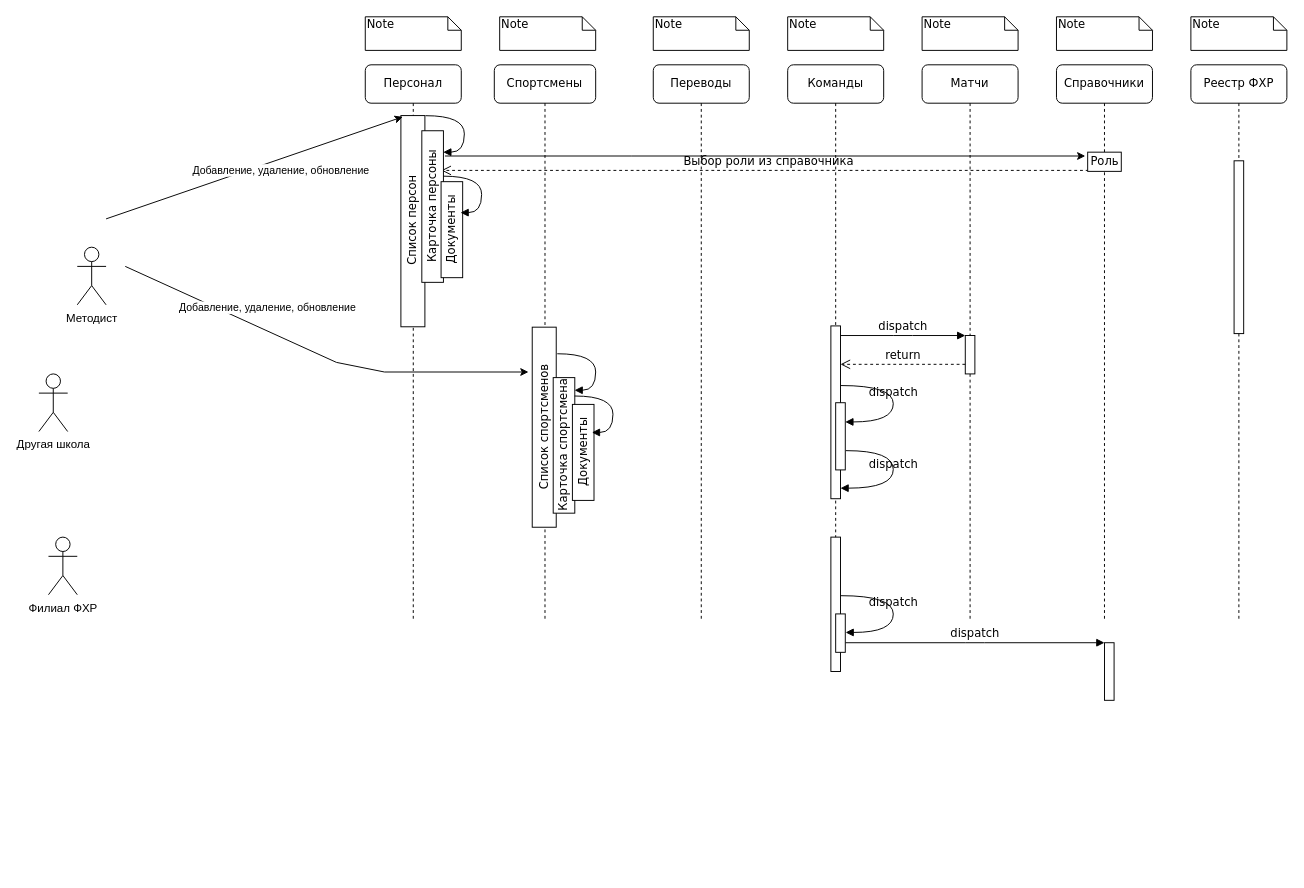
Earlier version of the draw.io diagram Диаграмма без названия.drawio (OlgaTalipova/FHRT). Source tidied: cells renumbered, new cells numbered last; positions are measured from the earlier drawing's top-left corner, leaving out a move shared by most shapes. Both pictures are drawn from the tidied source at 96%, with x=0, y=0 at pixel (38, 16).
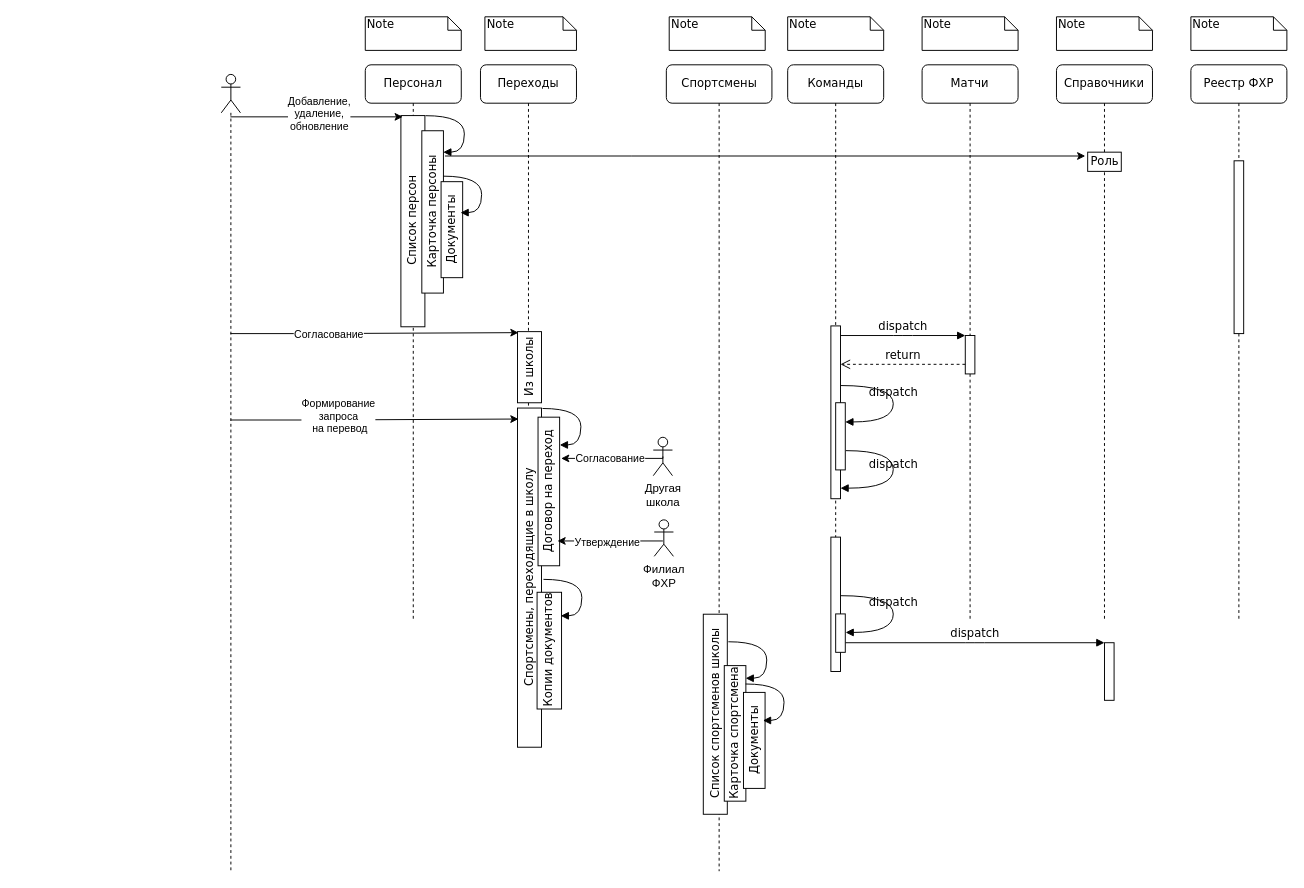
The same page after the edit.

The change refers to these unchanged cells:
```xml
<mxCell id="12" value="Роль" style="html=1;points=[];perimeter=orthogonalPerimeter;rounded=0;shadow=0;comic=0;labelBackgroundColor=none;strokeWidth=1;fontFamily=Verdana;fontSize=12;align=center;" parent="11" vertex="1">
  <mxGeometry x="32.5" y="91" width="35" height="20" as="geometry" />
</mxCell>
<mxCell id="15" value="Персонал" style="shape=umlLifeline;perimeter=lifelinePerimeter;whiteSpace=wrap;html=1;outlineConnect=0;rounded=1;shadow=0;comic=0;labelBackgroundColor=none;strokeWidth=1;fontFamily=Verdana;fontSize=12;align=center;" parent="1" vertex="1">
  <mxGeometry x="340" y="50" width="100" height="580" as="geometry" />
</mxCell>
<mxCell id="16" value="&lt;div style=&quot;direction: ltr;&quot;&gt;&lt;span style=&quot;background-color: initial;&quot;&gt;Список персон&lt;/span&gt;&lt;/div&gt;" style="html=1;points=[];perimeter=orthogonalPerimeter;rounded=0;shadow=0;comic=0;labelBackgroundColor=none;strokeWidth=1;fontFamily=Verdana;fontSize=12;align=center;direction=west;rotation=-90;" parent="15" vertex="1">
  <mxGeometry x="-60.4" y="150.4" width="220" height="25" as="geometry" />
</mxCell>
```

What changed in the source:
```diff
@@
-    <mxCell id="2" value="Спортсмены" style="shape=umlLifeline;perimeter=lifelinePerimeter;whiteSpace=wrap;html=1;rounded=1;shadow=0;comic=0;labelBackgroundColor=none;strokeWidth=1;fontFamily=Verdana;fontSize=12;align=center;" parent="1" vertex="1">
-      <mxGeometry x="474.4" y="50" width="105.6" height="580" as="geometry" />
-    </mxCell>
-    <mxCell id="3" value="&lt;div style=&quot;direction: ltr;&quot;&gt;&lt;span style=&quot;background-color: initial;&quot;&gt;Список спортсменов&lt;/span&gt;&lt;/div&gt;" style="html=1;perimeter=orthogonalPerimeter;rounded=0;shadow=0;comic=0;labelBackgroundColor=none;strokeWidth=1;fontFamily=Verdana;fontSize=12;align=center;direction=west;rotation=-90;" parent="2" vertex="1">
-      <mxGeometry x="-52.2" y="365" width="208.4" height="25" as="geometry" />
-    </mxCell>
-    <mxCell id="4" style="endArrow=classic;html=1;rounded=0;" parent="2" edge="1">
-      <mxGeometry relative="1" as="geometry">
-        <mxPoint x="-384.4" y="210" as="sourcePoint" />
-        <mxPoint x="35.6" y="320" as="targetPoint" />
-        <Array as="points">
-          <mxPoint x="-164.4" y="310" />
-          <mxPoint x="-114.4" y="320" />
-        </Array>
-      </mxGeometry>
-    </mxCell>
-    <mxCell id="5" value="Добавление, удаление, обновление" style="edgeLabel;html=1;align=center;verticalAlign=middle;" parent="4" vertex="1">
-      <mxGeometry x="-0.57" y="1" relative="1" as="geometry">
-        <mxPoint x="61" y="4" as="offset" />
-      </mxGeometry>
-    </mxCell>
-    <mxCell id="6" value="&lt;div style=&quot;direction: ltr;&quot;&gt;&lt;span style=&quot;background-color: initial;&quot;&gt;Карточка спортсмена&lt;/span&gt;&lt;/div&gt;" style="html=1;perimeter=orthogonalPerimeter;rounded=0;shadow=0;comic=0;labelBackgroundColor=none;strokeWidth=1;fontFamily=Verdana;fontSize=12;align=center;direction=west;rotation=-90;" parent="2" vertex="1">
-      <mxGeometry x="2" y="385.2" width="141.2" height="22.5" as="geometry" />
-    </mxCell>
-    <mxCell id="7" value="Переводы" style="shape=umlLifeline;perimeter=lifelinePerimeter;whiteSpace=wrap;html=1;rounded=1;shadow=0;comic=0;labelBackgroundColor=none;strokeWidth=1;fontFamily=Verdana;fontSize=12;align=center;" parent="1" vertex="1">
-      <mxGeometry x="640" y="50" width="100" height="580" as="geometry" />
-    </mxCell>
-    <mxCell id="8" value="Выбор роли из справочника" style="html=1;verticalAlign=bottom;endArrow=open;dashed=1;endSize=8;labelBackgroundColor=none;fontFamily=Verdana;fontSize=12;edgeStyle=elbowEdgeStyle;elbow=vertical;" parent="7" edge="1">
-      <mxGeometry relative="1" as="geometry">
-        <mxPoint x="459.5" y="110" as="sourcePoint" />
-        <mxPoint x="-220.8" y="110" as="targetPoint" />
-        <Array as="points">
-          <mxPoint x="159.5" y="110" />
-        </Array>
-      </mxGeometry>
-    </mxCell>
@@
     <mxCell id="17" value="&lt;div style=&quot;direction: ltr;&quot;&gt;&lt;span style=&quot;background-color: initial;&quot;&gt;Карточка персоны&lt;/span&gt;&lt;/div&gt;" style="html=1;perimeter=orthogonalPerimeter;rounded=0;shadow=0;comic=0;labelBackgroundColor=none;strokeWidth=1;fontFamily=Verdana;fontSize=12;align=center;direction=west;rotation=-90;" parent="15" vertex="1">
-      <mxGeometry x="-8.8" y="136.4" width="157.9" height="22.5" as="geometry" />
+      <mxGeometry x="-14.4" y="142" width="169.1" height="22.5" as="geometry" />
     </mxCell>
@@
+    <mxCell id="4" style="endArrow=classic;html=1;rounded=0;entryX=0.258;entryY=1.18;entryDx=0;entryDy=0;entryPerimeter=0;" parent="15" edge="1" source="58">
+      <mxGeometry relative="1" as="geometry">
+        <mxPoint x="159.6" y="279" as="targetPoint" />
+        <Array as="points">
+          <mxPoint x="-54.4" y="280" />
+        </Array>
+      </mxGeometry>
+    </mxCell>
+    <mxCell id="5" value="Согласование" style="edgeLabel;html=1;align=center;verticalAlign=middle;" parent="4" vertex="1">
+      <mxGeometry x="-0.57" y="1" relative="1" as="geometry">
+        <mxPoint x="37" y="1" as="offset" />
+      </mxGeometry>
+    </mxCell>
@@
-    <mxCell id="34" value="Note" style="shape=note;whiteSpace=wrap;html=1;size=14;verticalAlign=top;align=left;spacingTop=-6;rounded=0;shadow=0;comic=0;labelBackgroundColor=none;strokeWidth=1;fontFamily=Verdana;fontSize=12;" parent="1" vertex="1">
-      <mxGeometry x="480" width="100" height="35" as="geometry" />
-    </mxCell>
-    <mxCell id="35" value="Note" style="shape=note;whiteSpace=wrap;html=1;size=14;verticalAlign=top;align=left;spacingTop=-6;rounded=0;shadow=0;comic=0;labelBackgroundColor=none;strokeWidth=1;fontFamily=Verdana;fontSize=12;" parent="1" vertex="1">
-      <mxGeometry x="640" width="100" height="35" as="geometry" />
-    </mxCell>
@@
-    <mxCell id="40" value="Методист&lt;br&gt;" style="shape=umlActor;verticalLabelPosition=bottom;verticalAlign=top;html=1;" parent="1" vertex="1">
-      <mxGeometry x="40" y="240" width="30" height="60" as="geometry" />
-    </mxCell>
+    <mxCell id="43" style="endArrow=classic;html=1;rounded=0;entryX=-0.071;entryY=0.2;entryDx=0;entryDy=0;entryPerimeter=0;" parent="1" edge="1" target="12">
+      <mxGeometry relative="1" as="geometry">
+        <mxPoint x="423" y="145" as="sourcePoint" />
+        <Array as="points">
+          <mxPoint x="617" y="145" />
+        </Array>
+      </mxGeometry>
+    </mxCell>
+    <mxCell id="47" style="endArrow=classic;html=1;rounded=0;entryX=0.006;entryY=0.923;entryDx=0;entryDy=0;entryPerimeter=0;" parent="1" edge="1" source="58" target="16">
+      <mxGeometry relative="1" as="geometry" />
+    </mxCell>
+    <mxCell id="48" value="Добавление,&lt;br&gt;удаление,&lt;br&gt;обновление" style="edgeLabel;html=1;align=center;verticalAlign=middle;" parent="47" vertex="1">
+      <mxGeometry x="-0.57" y="1" relative="1" as="geometry">
+        <mxPoint x="53" y="-3" as="offset" />
+      </mxGeometry>
+    </mxCell>
+    <mxCell id="49" style="group;" parent="1" vertex="1">
+      <mxGeometry x="653.6" width="122.6" height="890" as="geometry" />
+    </mxCell>
+    <mxCell id="50" value="Спортсмены" style="shape=umlLifeline;perimeter=lifelinePerimeter;whiteSpace=wrap;html=1;rounded=1;shadow=0;comic=0;labelBackgroundColor=none;strokeWidth=1;fontFamily=Verdana;fontSize=12;align=center;" parent="49" vertex="1">
+      <mxGeometry y="50" width="110" height="840" as="geometry" />
+    </mxCell>
+    <mxCell id="51" value="&lt;div style=&quot;direction: ltr;&quot;&gt;&lt;span style=&quot;background-color: initial;&quot;&gt;Список спортсменов школы&lt;/span&gt;&lt;/div&gt;" style="html=1;perimeter=orthogonalPerimeter;rounded=0;shadow=0;comic=0;labelBackgroundColor=none;strokeWidth=1;fontFamily=Verdana;fontSize=12;align=center;direction=west;rotation=-90;" parent="50" vertex="1">
+      <mxGeometry x="-53.2" y="664" width="208.4" height="25" as="geometry" />
+    </mxCell>
+    <mxCell id="52" value="&lt;div style=&quot;direction: ltr;&quot;&gt;&lt;span style=&quot;background-color: initial;&quot;&gt;Карточка спортсмена&lt;/span&gt;&lt;/div&gt;" style="html=1;perimeter=orthogonalPerimeter;rounded=0;shadow=0;comic=0;labelBackgroundColor=none;strokeWidth=1;fontFamily=Verdana;fontSize=12;align=center;direction=west;rotation=-90;" parent="50" vertex="1">
+      <mxGeometry x="1" y="685.2" width="141.2" height="22.5" as="geometry" />
+    </mxCell>
+    <mxCell id="53" value="&lt;div style=&quot;direction: ltr;&quot;&gt;&lt;span style=&quot;background-color: initial;&quot;&gt;Документы&lt;/span&gt;&lt;/div&gt;" style="html=1;perimeter=orthogonalPerimeter;rounded=0;shadow=0;comic=0;labelBackgroundColor=none;strokeWidth=1;fontFamily=Verdana;fontSize=12;align=center;direction=west;rotation=-90;" parent="49" vertex="1">
+      <mxGeometry x="41.6" y="742.5" width="100" height="22.5" as="geometry" />
+    </mxCell>
+    <mxCell id="54" style="html=1;verticalAlign=bottom;endArrow=block;labelBackgroundColor=none;fontFamily=Verdana;fontSize=12;elbow=vertical;edgeStyle=orthogonalEdgeStyle;curved=1;" parent="49" edge="1">
+      <mxGeometry relative="1" as="geometry">
+        <mxPoint x="64.6" y="651" as="sourcePoint" />
+        <mxPoint x="82.6" y="689" as="targetPoint" />
+        <Array as="points">
+          <mxPoint x="104.6" y="651" />
+          <mxPoint x="104.6" y="689" />
+        </Array>
+      </mxGeometry>
+    </mxCell>
+    <mxCell id="55" style="html=1;verticalAlign=bottom;endArrow=block;labelBackgroundColor=none;fontFamily=Verdana;fontSize=12;elbow=vertical;edgeStyle=orthogonalEdgeStyle;curved=1;" parent="49" edge="1">
+      <mxGeometry relative="1" as="geometry">
+        <mxPoint x="82.6" y="695" as="sourcePoint" />
+        <mxPoint x="100.6" y="733" as="targetPoint" />
+        <Array as="points">
+          <mxPoint x="122.6" y="695" />
+          <mxPoint x="122.6" y="733" />
+        </Array>
+      </mxGeometry>
+    </mxCell>
+    <mxCell id="42" value="Филиал&lt;br&gt;ФХР" style="shape=umlActor;verticalLabelPosition=bottom;verticalAlign=top;html=1;" parent="49" vertex="1">
+      <mxGeometry x="-12.6" y="524" width="20" height="38" as="geometry" />
+    </mxCell>
-    <mxCell id="41" value="Другая школа&lt;br&gt;" style="shape=umlActor;verticalLabelPosition=bottom;verticalAlign=top;html=1;outlineConnect=0;" parent="1" vertex="1">
-      <mxGeometry y="372" width="30" height="60" as="geometry" />
+    <mxCell id="41" value="Другая&lt;br&gt;школа" style="shape=umlActor;verticalLabelPosition=bottom;verticalAlign=top;html=1;outlineConnect=0;" parent="49" vertex="1">
+      <mxGeometry x="-13.6" y="438" width="20" height="40" as="geometry" />
     </mxCell>
-    <mxCell id="42" value="Филиал ФХР" style="shape=umlActor;verticalLabelPosition=bottom;verticalAlign=top;html=1;" parent="1" vertex="1">
-      <mxGeometry x="10" y="542" width="30" height="60" as="geometry" />
-    </mxCell>
-    <mxCell id="43" style="endArrow=classic;html=1;rounded=0;entryX=-0.071;entryY=0.2;entryDx=0;entryDy=0;entryPerimeter=0;" parent="1" edge="1" target="12">
-      <mxGeometry relative="1" as="geometry">
-        <mxPoint x="423" y="145" as="sourcePoint" />
-        <Array as="points">
-          <mxPoint x="617" y="145" />
-        </Array>
-      </mxGeometry>
-    </mxCell>
+    <mxCell id="35" value="Note" style="shape=note;whiteSpace=wrap;html=1;size=14;verticalAlign=top;align=left;spacingTop=-6;rounded=0;shadow=0;comic=0;labelBackgroundColor=none;strokeWidth=1;fontFamily=Verdana;fontSize=12;" parent="1" vertex="1">
+      <mxGeometry x="656.6" width="100" height="35" as="geometry" />
+    </mxCell>
+    <mxCell id="2" value="Переходы" style="shape=umlLifeline;perimeter=lifelinePerimeter;whiteSpace=wrap;html=1;rounded=1;shadow=0;comic=0;labelBackgroundColor=none;strokeWidth=1;fontFamily=Verdana;fontSize=12;align=center;" parent="1" vertex="1">
+      <mxGeometry x="460" y="50" width="100" height="710" as="geometry" />
+    </mxCell>
+    <mxCell id="3" value="&lt;div style=&quot;direction: ltr;&quot;&gt;&lt;span style=&quot;background-color: initial;&quot;&gt;Спортсмены, переходящие в школу&lt;/span&gt;&lt;/div&gt;" style="html=1;perimeter=orthogonalPerimeter;rounded=0;shadow=0;comic=0;labelBackgroundColor=none;strokeWidth=1;fontFamily=Verdana;fontSize=12;align=center;direction=west;rotation=-90;" parent="2" vertex="1">
+      <mxGeometry x="-125.6" y="521.7" width="353.3" height="25" as="geometry" />
+    </mxCell>
+    <mxCell id="6" value="&lt;div style=&quot;direction: ltr;&quot;&gt;&lt;span style=&quot;background-color: initial;&quot;&gt;Договор на переход&lt;/span&gt;&lt;/div&gt;" style="html=1;perimeter=orthogonalPerimeter;rounded=0;shadow=0;comic=0;labelBackgroundColor=none;strokeWidth=1;fontFamily=Verdana;fontSize=12;align=center;direction=west;rotation=-90;" parent="2" vertex="1">
+      <mxGeometry x="-6.2" y="433.2" width="154.8" height="22.5" as="geometry" />
+    </mxCell>
+    <mxCell id="56" value="&lt;div style=&quot;direction: ltr;&quot;&gt;&lt;span style=&quot;background-color: initial;&quot;&gt;Из школы&lt;/span&gt;&lt;/div&gt;" style="html=1;perimeter=orthogonalPerimeter;rounded=0;shadow=0;comic=0;labelBackgroundColor=none;strokeWidth=1;fontFamily=Verdana;fontSize=12;align=center;direction=west;rotation=-90;" parent="2" vertex="1">
+      <mxGeometry x="14" y="302.5" width="74.1" height="25" as="geometry" />
+    </mxCell>
-    <mxCell id="44" value="&lt;div style=&quot;direction: ltr;&quot;&gt;&lt;span style=&quot;background-color: initial;&quot;&gt;Документы&lt;/span&gt;&lt;/div&gt;" style="html=1;perimeter=orthogonalPerimeter;rounded=0;shadow=0;comic=0;labelBackgroundColor=none;strokeWidth=1;fontFamily=Verdana;fontSize=12;align=center;direction=west;rotation=-90;" parent="1" vertex="1">
-      <mxGeometry x="517" y="442.5" width="100" height="22.5" as="geometry" />
+    <mxCell id="44" value="&lt;div style=&quot;direction: ltr;&quot;&gt;&lt;span style=&quot;background-color: initial;&quot;&gt;Копии&amp;nbsp;&lt;/span&gt;&lt;span style=&quot;background-color: initial;&quot;&gt;документов&lt;/span&gt;&lt;/div&gt;" style="html=1;perimeter=orthogonalPerimeter;rounded=0;shadow=0;comic=0;labelBackgroundColor=none;strokeWidth=1;fontFamily=Verdana;fontSize=12;align=center;direction=west;rotation=-90;" parent="2" vertex="1">
+      <mxGeometry x="10.9" y="597.5" width="121.6" height="25.5" as="geometry" />
     </mxCell>
+    <mxCell id="34" value="Note" style="shape=note;whiteSpace=wrap;html=1;size=14;verticalAlign=top;align=left;spacingTop=-6;rounded=0;shadow=0;comic=0;labelBackgroundColor=none;strokeWidth=1;fontFamily=Verdana;fontSize=12;" parent="1" vertex="1">
+      <mxGeometry x="464.6" width="95.4" height="35" as="geometry" />
+    </mxCell>
     <mxCell id="45" style="html=1;verticalAlign=bottom;endArrow=block;labelBackgroundColor=none;fontFamily=Verdana;fontSize=12;elbow=vertical;edgeStyle=orthogonalEdgeStyle;curved=1;" parent="1" edge="1">
       <mxGeometry relative="1" as="geometry">
-        <mxPoint x="540" y="351" as="sourcePoint" />
-        <mxPoint x="558" y="389" as="targetPoint" />
+        <mxPoint x="524.6" y="408" as="sourcePoint" />
+        <mxPoint x="542.6" y="446" as="targetPoint" />
         <Array as="points">
-          <mxPoint x="580" y="351" />
-          <mxPoint x="580" y="389" />
+          <mxPoint x="564.6" y="408" />
+          <mxPoint x="564.6" y="446" />
         </Array>
       </mxGeometry>
     </mxCell>
     <mxCell id="46" style="html=1;verticalAlign=bottom;endArrow=block;labelBackgroundColor=none;fontFamily=Verdana;fontSize=12;elbow=vertical;edgeStyle=orthogonalEdgeStyle;curved=1;" parent="1" edge="1">
       <mxGeometry relative="1" as="geometry">
-        <mxPoint x="558" y="395" as="sourcePoint" />
-        <mxPoint x="576" y="433" as="targetPoint" />
+        <mxPoint x="525.6" y="586" as="sourcePoint" />
+        <mxPoint x="543.6" y="624" as="targetPoint" />
         <Array as="points">
-          <mxPoint x="598" y="395" />
-          <mxPoint x="598" y="433" />
+          <mxPoint x="565.6" y="586" />
+          <mxPoint x="565.6" y="624" />
         </Array>
       </mxGeometry>
     </mxCell>
-    <mxCell id="47" style="endArrow=classic;html=1;rounded=0;entryX=0.006;entryY=0.923;entryDx=0;entryDy=0;entryPerimeter=0;" parent="1" edge="1" target="16">
-      <mxGeometry relative="1" as="geometry">
-        <mxPoint x="70" y="210.5" as="sourcePoint" />
-      </mxGeometry>
-    </mxCell>
-    <mxCell id="48" value="Добавление, удаление, обновление" style="edgeLabel;html=1;align=center;verticalAlign=middle;" parent="47" vertex="1">
-      <mxGeometry x="-0.57" y="1" relative="1" as="geometry">
-        <mxPoint x="116" y="-27" as="offset" />
-      </mxGeometry>
-    </mxCell>
+    <mxCell id="57" style="endArrow=classic;html=1;rounded=0;" parent="1" edge="1" target="15">
+      <mxGeometry relative="1" as="geometry">
+        <mxPoint x="390" y="360" as="sourcePoint" />
+      </mxGeometry>
+    </mxCell>
+    <mxCell id="58" style="shape=umlLifeline;perimeter=lifelinePerimeter;whiteSpace=wrap;html=1;outlineConnect=0;portConstraint=eastwest;newEdgeStyle={&quot;curved&quot;:0,&quot;rounded&quot;:0};participant=umlActor;" parent="1" vertex="1">
+      <mxGeometry x="190" y="60" width="20" height="830" as="geometry" />
+    </mxCell>
+    <mxCell id="59" style="endArrow=classic;html=1;rounded=0;entryX=0.258;entryY=1.18;entryDx=0;entryDy=0;entryPerimeter=0;" parent="1" edge="1" source="58">
+      <mxGeometry relative="1" as="geometry">
+        <mxPoint x="499.6" y="419" as="targetPoint" />
+        <Array as="points">
+          <mxPoint x="285.6" y="420" />
+        </Array>
+      </mxGeometry>
+    </mxCell>
+    <mxCell id="60" value="Формирование&lt;br&gt;запроса&lt;br&gt;&amp;nbsp;на перевод" style="edgeLabel;html=1;align=center;verticalAlign=middle;" parent="59" vertex="1">
+      <mxGeometry x="-0.57" y="1" relative="1" as="geometry">
+        <mxPoint x="47" y="-4" as="offset" />
+      </mxGeometry>
+    </mxCell>
+    <mxCell id="61" style="edgeStyle=orthogonalEdgeStyle;rounded=0;jettySize=auto;html=1;exitX=0.5;exitY=0.5;exitDx=0;exitDy=0;exitPerimeter=0;" parent="1" edge="1" source="41">
+      <mxGeometry relative="1" as="geometry">
+        <mxPoint x="544" y="460" as="targetPoint" />
+        <Array as="points">
+          <mxPoint x="650" y="460" />
+        </Array>
+      </mxGeometry>
+    </mxCell>
+    <mxCell id="62" value="Согласование" style="edgeLabel;html=1;align=center;verticalAlign=middle;" parent="61" vertex="1">
+      <mxGeometry x="0.19" relative="1" as="geometry">
+        <mxPoint x="6" y="-1" as="offset" />
+      </mxGeometry>
+    </mxCell>
+    <mxCell id="63" style="edgeStyle=orthogonalEdgeStyle;rounded=0;orthogonalLoop=1;jettySize=auto;html=1;" parent="1" edge="1">
+      <mxGeometry relative="1" as="geometry">
+        <mxPoint x="650" y="546" as="sourcePoint" />
+        <mxPoint x="540.2" y="546" as="targetPoint" />
+        <Array as="points">
+          <mxPoint x="579" y="546" />
+          <mxPoint x="579" y="546" />
+        </Array>
+      </mxGeometry>
+    </mxCell>
+    <mxCell id="64" value="Утверждение" style="edgeLabel;html=1;align=center;verticalAlign=middle;" parent="63" vertex="1">
+      <mxGeometry x="0.08" y="1" relative="1" as="geometry" />
+    </mxCell>
```
